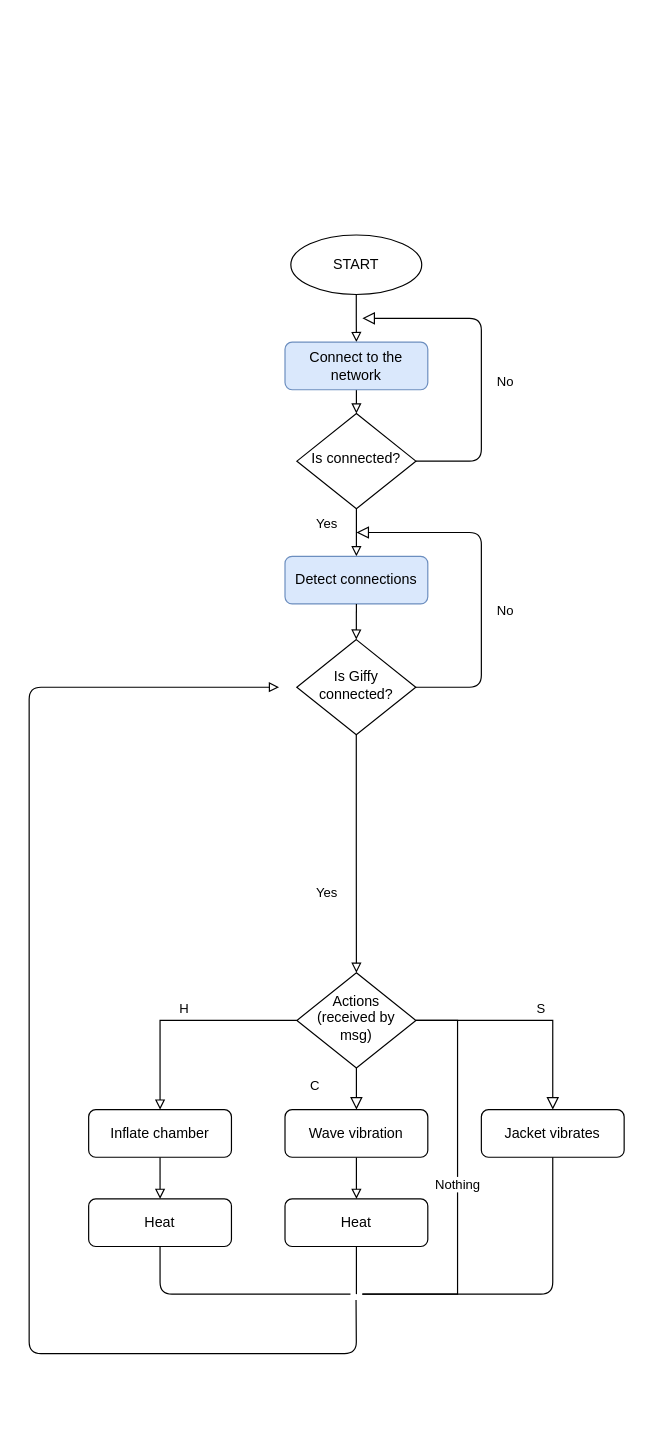
Earlier version of the draw.io diagram Documentation/Flowchart/Flowchart_Jacket.drawio (AlessandroBarbiero/P-Hug). Source tidied: cells renumbered, new cells numbered last; positions are measured from the earlier drawing's top-left corner, leaving out a move shared by most shapes. Both pictures are drawn from the tidied source at 119%, with x=0, y=0 at pixel (29, 234).
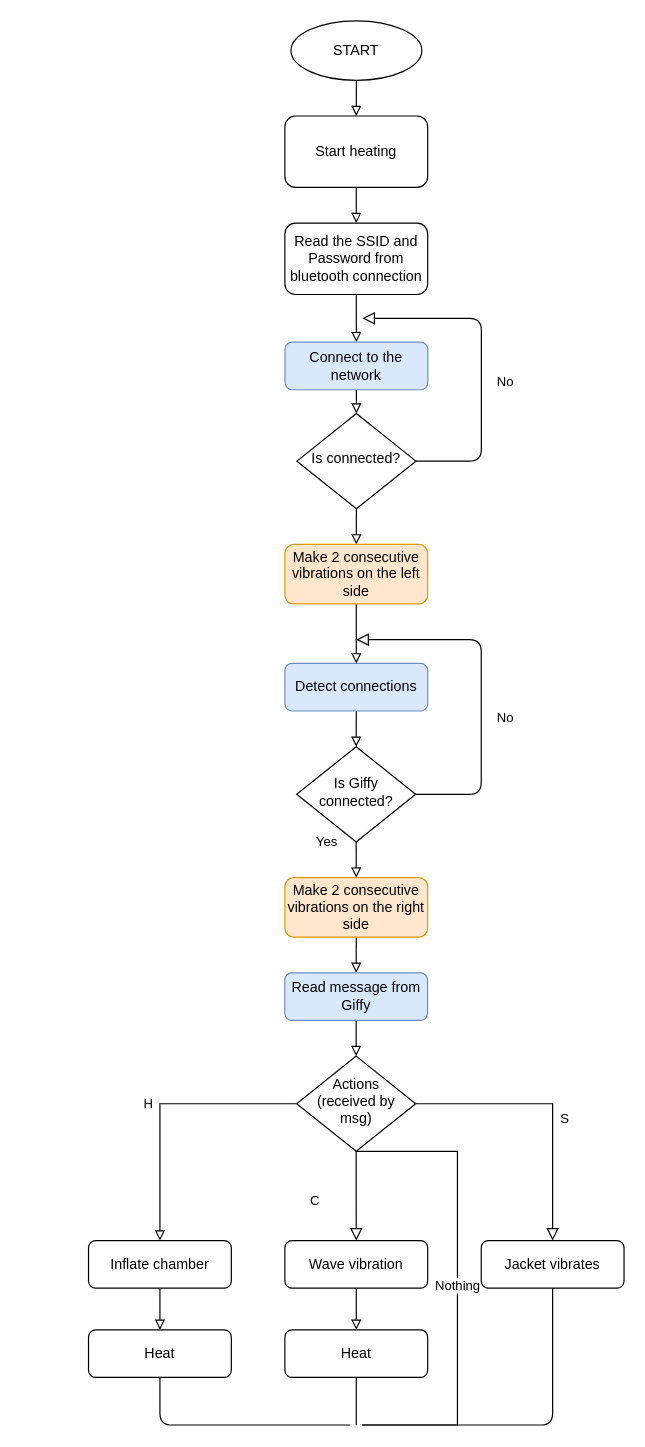
After the change.

Unchanged cells that the change refers to:
```xml
<mxCell id="22" value="Is connected?" style="rhombus;whiteSpace=wrap;html=1;shadow=0;fontFamily=Helvetica;fontSize=12;align=center;strokeWidth=1;spacing=6;spacingTop=-4;" parent="1" vertex="1">
  <mxGeometry x="225" y="150" width="100" height="80" as="geometry" />
</mxCell>
<mxCell id="24" value="Connect to the network" style="rounded=1;whiteSpace=wrap;html=1;fontSize=12;glass=0;strokeWidth=1;shadow=0;fillColor=#dae8fc;strokeColor=#6c8ebf;" parent="1" vertex="1">
  <mxGeometry x="215" y="90" width="120" height="40" as="geometry" />
</mxCell>
```

What changed in the source:
```diff
@@
     <mxCell id="5" value="Nothing" style="edgeStyle=orthogonalEdgeStyle;rounded=0;jettySize=auto;html=1;startArrow=none;startFill=0;endArrow=none;endFill=0;" parent="1" edge="1" source="6">
       <mxGeometry relative="1" as="geometry">
-        <mxPoint x="280" y="890" as="targetPoint" />
+        <mxPoint x="279.9" y="1000" as="targetPoint" />
         <Array as="points">
-          <mxPoint x="360" y="660" />
+          <mxPoint x="359.9" y="770" />
         </Array>
       </mxGeometry>
     </mxCell>
     <mxCell id="6" value="Actions (received by msg)" style="rhombus;whiteSpace=wrap;html=1;shadow=0;fontFamily=Helvetica;fontSize=12;align=center;strokeWidth=1;spacing=6;spacingTop=-4;" parent="1" vertex="1">
-      <mxGeometry x="225" y="620" width="100" height="80" as="geometry" />
+      <mxGeometry x="224.8" y="690" width="100" height="80" as="geometry" />
     </mxCell>
@@
     <mxCell id="8" value="Wave vibration" style="rounded=1;whiteSpace=wrap;html=1;fontSize=12;glass=0;strokeWidth=1;shadow=0;" parent="1" vertex="1">
-      <mxGeometry x="215" y="735" width="120" height="40" as="geometry" />
+      <mxGeometry x="214.9" y="845" width="120" height="40" as="geometry" />
     </mxCell>
     <mxCell id="9" value="Jacket vibrates" style="rounded=1;whiteSpace=wrap;html=1;fontSize=12;glass=0;strokeWidth=1;shadow=0;" parent="1" vertex="1">
-      <mxGeometry x="380" y="735" width="120" height="40" as="geometry" />
+      <mxGeometry x="379.9" y="845" width="120" height="40" as="geometry" />
     </mxCell>
-    <mxCell id="10" style="edgeStyle=orthogonalEdgeStyle;rounded=0;jettySize=auto;html=1;exitX=0.5;exitY=1;exitDx=0;exitDy=0;entryX=0.5;entryY=0;entryDx=0;entryDy=0;endArrow=block;endFill=0;" parent="1" edge="1" source="11" target="24">
-      <mxGeometry relative="1" as="geometry" />
-    </mxCell>
+    <mxCell id="30" style="edgeStyle=orthogonalEdgeStyle;rounded=0;jettySize=auto;html=1;exitX=0.5;exitY=1;exitDx=0;exitDy=0;entryX=0.5;entryY=0;entryDx=0;entryDy=0;endArrow=block;endFill=0;" parent="1" edge="1" source="11" target="42">
+      <mxGeometry relative="1" as="geometry" />
+    </mxCell>
     <mxCell id="11" value="START" style="ellipse;whiteSpace=wrap;html=1;" parent="1" vertex="1">
-      <mxGeometry x="219.9" width="110" height="50" as="geometry" />
+      <mxGeometry x="220" y="-180" width="110" height="50" as="geometry" />
     </mxCell>
@@
     <mxCell id="13" value="Inflate chamber" style="rounded=1;whiteSpace=wrap;html=1;fontSize=12;glass=0;strokeWidth=1;shadow=0;" parent="1" vertex="1">
-      <mxGeometry x="50" y="735" width="120" height="40" as="geometry" />
+      <mxGeometry x="49.9" y="845" width="120" height="40" as="geometry" />
     </mxCell>
     <mxCell id="14" value="Heat" style="rounded=1;whiteSpace=wrap;html=1;fontSize=12;glass=0;strokeWidth=1;shadow=0;" parent="1" vertex="1">
-      <mxGeometry x="50" y="810" width="120" height="40" as="geometry" />
+      <mxGeometry x="49.9" y="920" width="120" height="40" as="geometry" />
     </mxCell>
     <mxCell id="15" value="Heat" style="rounded=1;whiteSpace=wrap;html=1;fontSize=12;glass=0;strokeWidth=1;shadow=0;" parent="1" vertex="1">
-      <mxGeometry x="215" y="810" width="120" height="40" as="geometry" />
+      <mxGeometry x="214.9" y="920" width="120" height="40" as="geometry" />
     </mxCell>
     <mxCell id="16" style="endArrow=none;html=1;entryX=0.5;entryY=1;entryDx=0;entryDy=0;" parent="1" edge="1" target="14">
       <mxGeometry relative="1" as="geometry">
-        <mxPoint x="270" y="890" as="sourcePoint" />
+        <mxPoint x="269.9" y="1000" as="sourcePoint" />
         <Array as="points">
-          <mxPoint x="110" y="890" />
+          <mxPoint x="109.9" y="1000" />
         </Array>
       </mxGeometry>
     </mxCell>
     <mxCell id="17" style="endArrow=none;html=1;entryX=0.5;entryY=1;entryDx=0;entryDy=0;" parent="1" edge="1" target="15">
       <mxGeometry relative="1" as="geometry">
-        <mxPoint x="275" y="890" as="sourcePoint" />
+        <mxPoint x="274.9" y="1000" as="sourcePoint" />
       </mxGeometry>
     </mxCell>
     <mxCell id="18" style="endArrow=none;html=1;entryX=0.5;entryY=1;entryDx=0;entryDy=0;" parent="1" edge="1" target="9">
       <mxGeometry relative="1" as="geometry">
-        <mxPoint x="280" y="890" as="sourcePoint" />
+        <mxPoint x="279.9" y="1000" as="sourcePoint" />
         <Array as="points">
-          <mxPoint x="440" y="890" />
+          <mxPoint x="439.9" y="1000" />
         </Array>
       </mxGeometry>
     </mxCell>
-    <mxCell id="19" style="endArrow=none;html=1;entryX=0.5;entryY=1;entryDx=0;entryDy=0;endFill=0;startArrow=block;startFill=0;" parent="1" edge="1">
-      <mxGeometry relative="1" as="geometry">
-        <mxPoint x="210" y="380" as="sourcePoint" />
-        <mxPoint x="274.7" y="895" as="targetPoint" />
-        <Array as="points">
-          <mxPoint y="380" />
-          <mxPoint y="940" />
-          <mxPoint x="275" y="940" />
-        </Array>
-      </mxGeometry>
-    </mxCell>
@@
-    <mxCell id="21" value="Yes" style="edgeStyle=orthogonalEdgeStyle;rounded=0;jettySize=auto;html=1;exitX=0.5;exitY=1;exitDx=0;exitDy=0;entryX=0.5;entryY=0;entryDx=0;entryDy=0;endArrow=block;endFill=0;" parent="1" edge="1" source="22" target="28">
-      <mxGeometry x="-0.33" y="-25" relative="1" as="geometry" />
-    </mxCell>
+    <mxCell id="31" style="edgeStyle=orthogonalEdgeStyle;rounded=0;jettySize=auto;html=1;exitX=0.5;exitY=1;exitDx=0;exitDy=0;entryX=0.5;entryY=0;entryDx=0;entryDy=0;endArrow=block;endFill=0;" parent="1" edge="1" source="22" target="35">
+      <mxGeometry relative="1" as="geometry" />
+    </mxCell>
@@
     <mxCell id="25" value="No" style="edgeStyle=orthogonalEdgeStyle;rounded=1;html=1;jettySize=auto;fontSize=11;endArrow=block;endFill=0;endSize=8;strokeWidth=1;shadow=0;labelBackgroundColor=none;jumpStyle=none;exitX=1;exitY=0.5;exitDx=0;exitDy=0;" parent="1" edge="1" source="27">
       <mxGeometry x="-0.18" y="-20" relative="1" as="geometry">
-        <mxPoint x="275" y="250" as="targetPoint" />
+        <mxPoint x="274.9" y="340" as="targetPoint" />
         <Array as="points">
-          <mxPoint x="380" y="380" />
-          <mxPoint x="380" y="250" />
+          <mxPoint x="379.9" y="470" />
+          <mxPoint x="379.9" y="340" />
         </Array>
       </mxGeometry>
     </mxCell>
-    <mxCell id="26" value="Yes" style="edgeStyle=orthogonalEdgeStyle;rounded=0;jettySize=auto;html=1;exitX=0.5;exitY=1;exitDx=0;exitDy=0;entryX=0.5;entryY=0;entryDx=0;entryDy=0;endArrow=block;endFill=0;" parent="1" edge="1" source="27" target="6">
-      <mxGeometry x="0.33" y="-25" relative="1" as="geometry" />
-    </mxCell>
     <mxCell id="27" value="Is Giffy connected?" style="rhombus;whiteSpace=wrap;html=1;shadow=0;fontFamily=Helvetica;fontSize=12;align=center;strokeWidth=1;spacing=6;spacingTop=-4;" parent="1" vertex="1">
-      <mxGeometry x="224.9" y="340" width="100" height="80" as="geometry" />
+      <mxGeometry x="224.8" y="430" width="100" height="80" as="geometry" />
     </mxCell>
     <mxCell id="28" value="Detect connections" style="rounded=1;whiteSpace=wrap;html=1;fontSize=12;glass=0;strokeWidth=1;shadow=0;fillColor=#dae8fc;strokeColor=#6c8ebf;" parent="1" vertex="1">
-      <mxGeometry x="215" y="270" width="120" height="40" as="geometry" />
+      <mxGeometry x="214.9" y="360" width="120" height="40" as="geometry" />
     </mxCell>
@@
+    <mxCell id="32" style="edgeStyle=orthogonalEdgeStyle;rounded=0;jettySize=auto;html=1;exitX=0.5;exitY=1;exitDx=0;exitDy=0;entryX=0.5;entryY=0;entryDx=0;entryDy=0;endArrow=block;endFill=0;" parent="1" edge="1" source="33" target="24">
+      <mxGeometry relative="1" as="geometry" />
+    </mxCell>
+    <mxCell id="33" value="Read the SSID and Password from bluetooth connection" style="rounded=1;whiteSpace=wrap;html=1;fontSize=12;glass=0;strokeWidth=1;shadow=0;" parent="1" vertex="1">
+      <mxGeometry x="214.9" y="-10" width="120" height="60" as="geometry" />
+    </mxCell>
+    <mxCell id="34" style="edgeStyle=orthogonalEdgeStyle;rounded=0;jettySize=auto;html=1;exitX=0.5;exitY=1;exitDx=0;exitDy=0;entryX=0.5;entryY=0;entryDx=0;entryDy=0;endArrow=block;endFill=0;" parent="1" edge="1" source="35" target="28">
+      <mxGeometry relative="1" as="geometry" />
+    </mxCell>
+    <mxCell id="35" value="Make 2 consecutive vibrations on the left side" style="rounded=1;whiteSpace=wrap;html=1;fontSize=12;glass=0;strokeWidth=1;shadow=0;fillColor=#ffe6cc;strokeColor=#d79b00;" parent="1" vertex="1">
+      <mxGeometry x="214.9" y="260" width="120" height="50" as="geometry" />
+    </mxCell>
+    <mxCell id="36" style="edgeStyle=orthogonalEdgeStyle;rounded=0;jettySize=auto;html=1;exitX=0.5;exitY=1;exitDx=0;exitDy=0;entryX=0.5;entryY=0;entryDx=0;entryDy=0;endArrow=block;endFill=0;" parent="1" edge="1" source="37" target="40">
+      <mxGeometry relative="1" as="geometry" />
+    </mxCell>
+    <mxCell id="37" value="Make 2 consecutive vibrations on the right side" style="rounded=1;whiteSpace=wrap;html=1;fontSize=12;glass=0;strokeWidth=1;shadow=0;fillColor=#ffe6cc;strokeColor=#d79b00;" parent="1" vertex="1">
+      <mxGeometry x="214.9" y="540" width="120" height="50" as="geometry" />
+    </mxCell>
+    <mxCell id="38" value="Yes" style="edgeStyle=orthogonalEdgeStyle;rounded=0;jettySize=auto;html=1;exitX=0.5;exitY=1;exitDx=0;exitDy=0;entryX=0.5;entryY=0;entryDx=0;entryDy=0;endArrow=block;endFill=0;" parent="1" edge="1" source="27" target="37">
+      <mxGeometry x="-1" y="-25" relative="1" as="geometry" />
+    </mxCell>
+    <mxCell id="39" style="edgeStyle=orthogonalEdgeStyle;rounded=0;jettySize=auto;html=1;exitX=0.5;exitY=1;exitDx=0;exitDy=0;entryX=0.5;entryY=0;entryDx=0;entryDy=0;endArrow=block;endFill=0;" parent="1" edge="1" source="40" target="6">
+      <mxGeometry relative="1" as="geometry" />
+    </mxCell>
+    <mxCell id="40" value="Read message from Giffy" style="rounded=1;whiteSpace=wrap;html=1;fontSize=12;glass=0;strokeWidth=1;shadow=0;fillColor=#dae8fc;strokeColor=#6c8ebf;" parent="1" vertex="1">
+      <mxGeometry x="214.8" y="620" width="120" height="40" as="geometry" />
+    </mxCell>
+    <mxCell id="41" style="edgeStyle=orthogonalEdgeStyle;rounded=0;jettySize=auto;html=1;exitX=0.5;exitY=1;exitDx=0;exitDy=0;entryX=0.5;entryY=0;entryDx=0;entryDy=0;endArrow=block;endFill=0;" parent="1" edge="1" source="42" target="33">
+      <mxGeometry relative="1" as="geometry" />
+    </mxCell>
+    <mxCell id="42" value="Start heating" style="rounded=1;whiteSpace=wrap;html=1;fontSize=12;glass=0;strokeWidth=1;shadow=0;" parent="1" vertex="1">
+      <mxGeometry x="214.9" y="-100" width="120" height="60" as="geometry" />
+    </mxCell>
```
